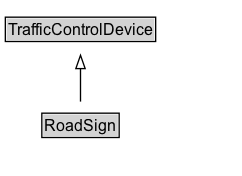
Before: docs/diagrams/RoadSign.dot.png, a diagram exported from Graphviz (k-vaughn/ontology-its-regulation). Its source is kept beside it as docs/diagrams/RoadSign.dot.
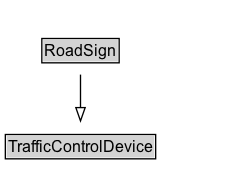
The same diagram one commit later.

What changed in the source:
```diff
@@ -2,14 +2,14 @@
 	graph [overlap=false rankdir=TB splines=true]
 	node [fontname=Arial fontsize=12 margin=0 shape=none]
 	edge [fontname=Arial fontsize=11]
+	RoadSign [label=<<TABLE BORDER="1" CELLBORDER="0" CELLSPACING="0" CELLPADDING="1"><TR><TD BGCOLOR="lightgray" ALIGN="CENTER">RoadSign</TD></TR></TABLE>> URL="../RoadSign" margin=0]
 	{
 		rank=max
-		RoadSign [label=<<TABLE BORDER="1" CELLBORDER="0" CELLSPACING="0" CELLPADDING="1"><TR><TD BGCOLOR="lightgray" ALIGN="CENTER" PORT="e">RoadSign</TD></TR></TABLE>> URL="../RoadSign.md" margin=0]
 	}
 	subgraph cluster_associated {
 		label="" style=invis
 		Invis [label=<<TABLE BORDER="0" CELLBORDER="0" CELLSPACING="0" CELLPADDING="1"><TR><TD></TD></TR></TABLE>> margin=0 style=invis]
 	}
-	TrafficControlDevice [label=<<TABLE BORDER="1" CELLBORDER="0" CELLSPACING="0" CELLPADDING="1"><TR><TD BGCOLOR="lightgray" ALIGN="CENTER">TrafficControlDevice</TD></TR></TABLE>> URL="../TrafficControlDevice.md" margin=0]
+	TrafficControlDevice [label=<<TABLE BORDER="1" CELLBORDER="0" CELLSPACING="0" CELLPADDING="1"><TR><TD BGCOLOR="lightgray" ALIGN="CENTER">TrafficControlDevice</TD></TR></TABLE>> URL="../TrafficControlDevice" margin=0]
 	RoadSign -> TrafficControlDevice [arrowhead=onormal style=solid]
 }
```
